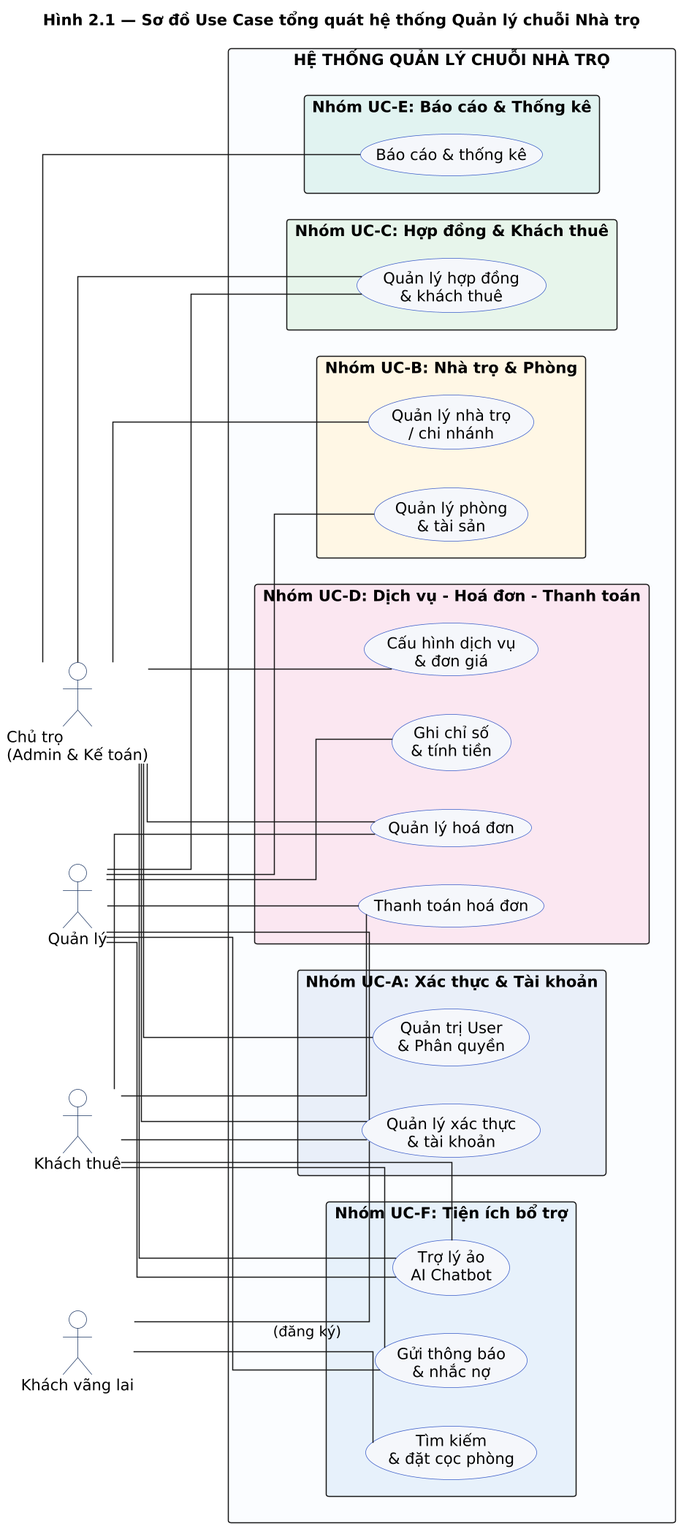
Before: docs/diagrams/png/2.01_uc_overall.png, a diagram exported from PlantUML (DiepTuHuy/Hostel_Management).
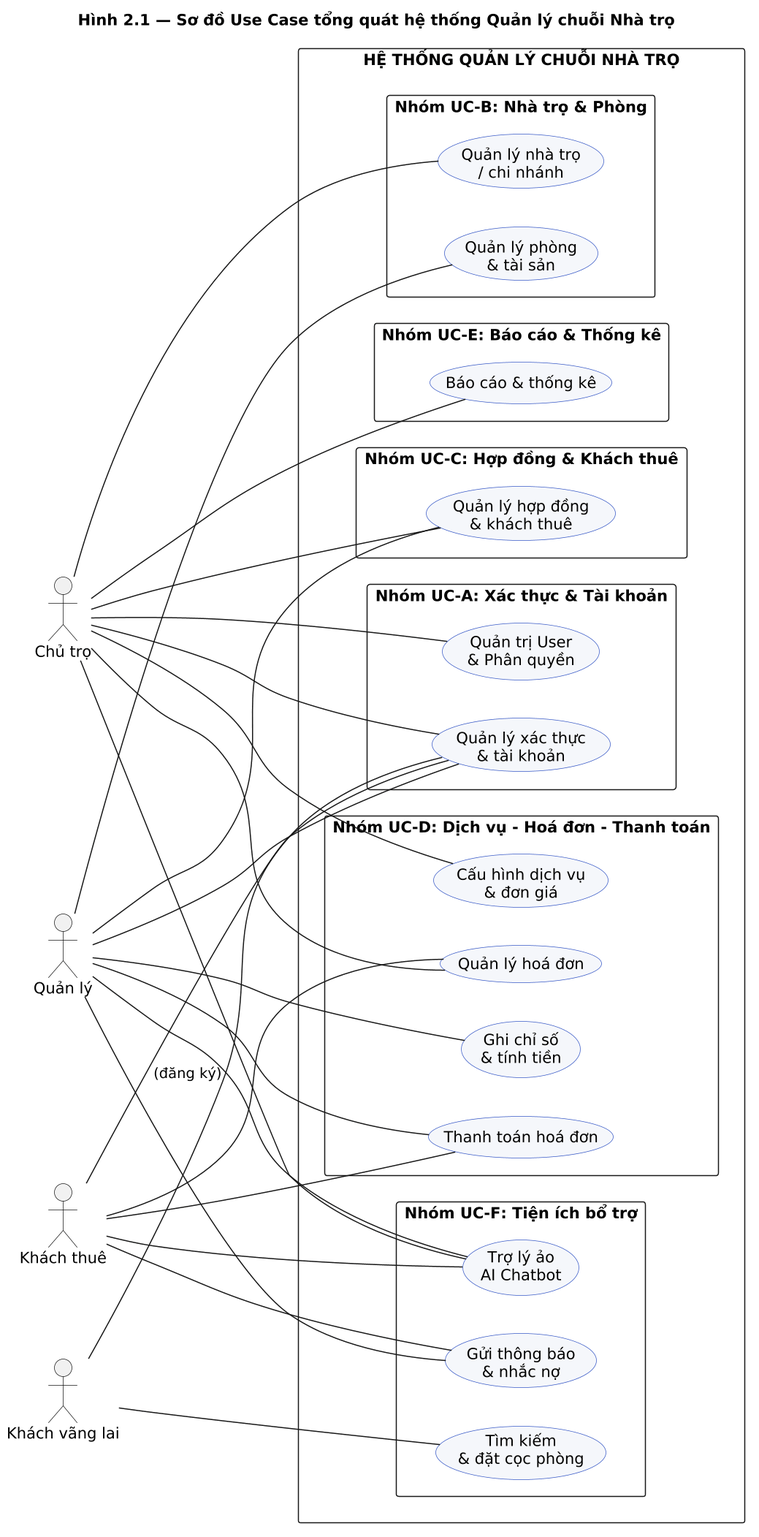
After the commit.

What changed in the source:
```diff
@@ -4,50 +4,45 @@
 
 left to right direction
 skinparam packageStyle rectangle
-skinparam linetype ortho
 skinparam shadowing false
 skinparam usecase {
   BackgroundColor #F5F7FB
   BorderColor #3A5BC7
 }
-skinparam actor {
-  BackgroundColor #FFFFFF
-  BorderColor #1F3864
-}
 
-actor "Chủ trọ\n(Admin & Kế toán)"  as Owner
-actor "Quản lý"                      as Manager
-actor "Khách thuê"                   as Tenant
-actor "Khách vãng lai"               as Visitor
+actor "Chủ trọ"        as Owner
+actor "Quản lý"        as Manager
+actor "Khách thuê"     as Tenant
+actor "Khách vãng lai" as Visitor
 
-rectangle "HỆ THỐNG QUẢN LÝ CHUỖI NHÀ TRỌ" #FAFCFF {
+rectangle "HỆ THỐNG QUẢN LÝ CHUỖI NHÀ TRỌ" {
 
-  package "Nhóm UC-A: Xác thực & Tài khoản" #E8EEF9 {
+  package "Nhóm UC-A: Xác thực & Tài khoản" {
     usecase "Quản lý xác thực\n& tài khoản"            as UC_Auth
     usecase "Quản trị User\n& Phân quyền"              as UC_Sys
   }
 
-  package "Nhóm UC-B: Nhà trọ & Phòng" #FFF6E5 {
+  package "Nhóm UC-B: Nhà trọ & Phòng" {
     usecase "Quản lý nhà trọ\n/ chi nhánh"             as UC_Branch
     usecase "Quản lý phòng\n& tài sản"                 as UC_Room
   }
 
-  package "Nhóm UC-C: Hợp đồng & Khách thuê" #E6F5EA {
+  package "Nhóm UC-C: Hợp đồng & Khách thuê" {
     usecase "Quản lý hợp đồng\n& khách thuê"           as UC_Contract
   }
 
-  package "Nhóm UC-D: Dịch vụ - Hoá đơn - Thanh toán" #FBE6F1 {
+  package "Nhóm UC-D: Dịch vụ - Hoá đơn - Thanh toán" {
     usecase "Cấu hình dịch vụ\n& đơn giá"              as UC_Service
     usecase "Ghi chỉ số\n& tính tiền"                  as UC_Meter
     usecase "Quản lý hoá đơn"                          as UC_Invoice
     usecase "Thanh toán hoá đơn"                       as UC_Payment
   }
 
-  package "Nhóm UC-E: Báo cáo & Thống kê" #E0F2F1 {
+  package "Nhóm UC-E: Báo cáo & Thống kê" {
     usecase "Báo cáo & thống kê"                       as UC_Report
   }
 
-  package "Nhóm UC-F: Tiện ích bổ trợ" #E6F0FA {
+  package "Nhóm UC-F: Tiện ích bổ trợ" {
     usecase "Gửi thông báo\n& nhắc nợ"                 as UC_Notify
     usecase "Tìm kiếm\n& đặt cọc phòng"                as UC_Search
     usecase "Trợ lý ảo\nAI Chatbot"                    as UC_Chat
```
